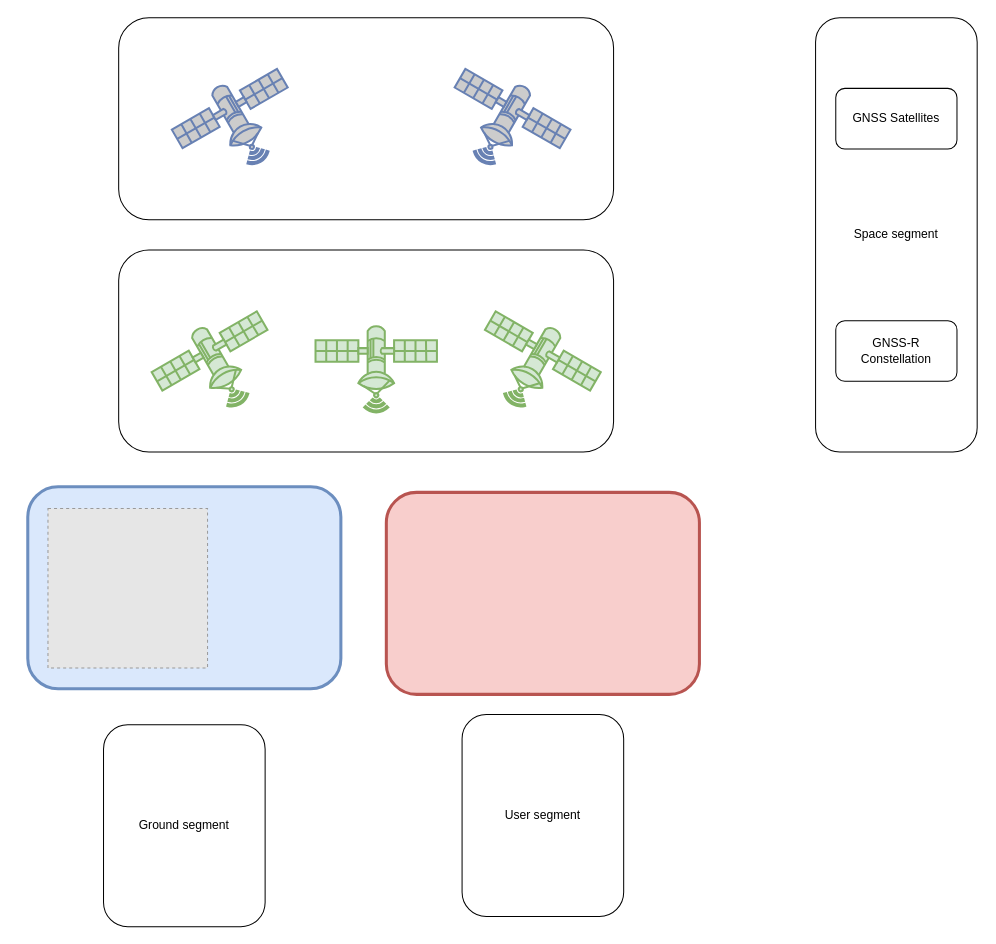
Earlier version of the draw.io diagram Sat1.drawio (javijnb/LPRO_diagrams). Source tidied: cells renumbered, new cells numbered last; positions are measured from the earlier drawing's top-left corner, leaving out a move shared by most shapes. Both pictures are drawn from the tidied source at 101%, with x=0, y=0 at pixel (27, 17). Pictures stored in the file or linked from it are replaced by grey dashed boxes.
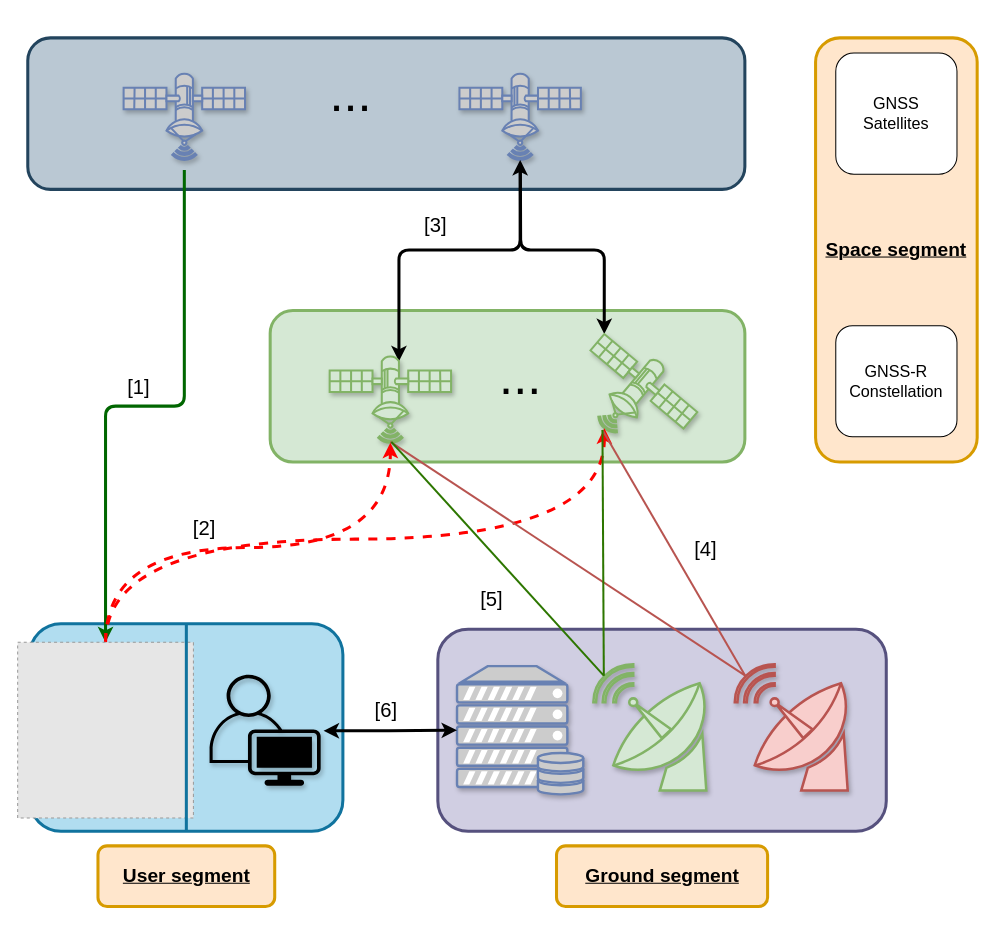
The same diagram, later.

What changed in the source:
```diff
@@
+    <mxCell id="16" style="rounded=1;whiteSpace=wrap;html=1;fillColor=#d0cee2;strokeColor=#56517e;strokeWidth=3;" parent="1" vertex="1">
+      <mxGeometry x="406" y="605.5" width="444" height="200" as="geometry" />
+    </mxCell>
-    <mxCell id="2" value="Space segment" style="rounded=1;whiteSpace=wrap;html=1;" parent="1" vertex="1">
-      <mxGeometry x="780" width="160" height="430" as="geometry" />
+    <mxCell id="2" value="&lt;b&gt;&lt;u&gt;&lt;font style=&quot;font-size: 19px;&quot;&gt;Space segment&lt;/font&gt;&lt;/u&gt;&lt;/b&gt;" style="rounded=1;whiteSpace=wrap;html=1;fillColor=#ffe6cc;strokeColor=#d79b00;strokeWidth=3;" parent="1" vertex="1">
+      <mxGeometry x="780" y="20" width="160" height="420" as="geometry" />
     </mxCell>
-    <mxCell id="3" style="rounded=1;whiteSpace=wrap;html=1;" parent="1" vertex="1">
-      <mxGeometry x="90" y="230" width="490" height="200" as="geometry" />
+    <mxCell id="3" style="rounded=1;whiteSpace=wrap;html=1;fillColor=#d5e8d4;strokeColor=#82b366;strokeWidth=3;" parent="1" vertex="1">
+      <mxGeometry x="240" y="290" width="470" height="150" as="geometry" />
     </mxCell>
-    <mxCell id="4" style="rounded=1;whiteSpace=wrap;html=1;" parent="1" vertex="1">
-      <mxGeometry x="90" width="490" height="200" as="geometry" />
+    <mxCell id="4" style="rounded=1;whiteSpace=wrap;html=1;fillColor=#bac8d3;strokeColor=#23445d;strokeWidth=3;" parent="1" vertex="1">
+      <mxGeometry y="20" width="710" height="150" as="geometry" />
     </mxCell>
-    <mxCell id="5" style="rounded=1;whiteSpace=wrap;html=1;fillColor=#dae8fc;strokeColor=#6c8ebf;strokeWidth=3;" parent="1" vertex="1">
-      <mxGeometry y="464.5" width="310" height="200" as="geometry" />
+    <mxCell id="5" style="rounded=1;whiteSpace=wrap;html=1;fillColor=#b1ddf0;strokeColor=#10739e;strokeWidth=3;" parent="1" vertex="1">
+      <mxGeometry x="2" y="600" width="310" height="205.5" as="geometry" />
     </mxCell>
-    <mxCell id="6" style="fontColor=#0066CC;verticalAlign=top;verticalLabelPosition=bottom;labelPosition=center;align=center;html=1;outlineConnect=0;fillColor=#CCCCCC;strokeColor=#6881B3;gradientColor=none;gradientDirection=north;strokeWidth=2;shape=mxgraph.networks.satellite;rotation=-15;" parent="1" vertex="1">
-      <mxGeometry x="430" y="40" width="100" height="100" as="geometry" />
+    <mxCell id="6" style="fontColor=#0066CC;verticalAlign=top;verticalLabelPosition=bottom;labelPosition=center;align=center;html=1;outlineConnect=0;fillColor=#CCCCCC;strokeColor=#6881B3;gradientColor=none;gradientDirection=north;strokeWidth=2;shape=mxgraph.networks.satellite;rotation=-45;shadow=1;" parent="1" vertex="1">
+      <mxGeometry x="437.5" y="30" width="100" height="100" as="geometry" />
     </mxCell>
+    <mxCell id="18" style="edgeStyle=orthogonalEdgeStyle;rounded=1;jettySize=auto;html=1;strokeWidth=3;fillColor=#d5e8d4;strokeColor=#006600;" parent="1" edge="1" source="7" target="11">
+      <mxGeometry relative="1" as="geometry" />
+    </mxCell>
-    <mxCell id="7" style="fontColor=#0066CC;verticalAlign=top;verticalLabelPosition=bottom;labelPosition=center;align=center;html=1;outlineConnect=0;fillColor=#CCCCCC;strokeColor=#6881B3;gradientColor=none;gradientDirection=north;strokeWidth=2;shape=mxgraph.networks.satellite;flipH=1;rotation=15;" parent="1" vertex="1">
-      <mxGeometry x="150" y="40" width="100" height="100" as="geometry" />
+    <mxCell id="7" style="fontColor=#0066CC;verticalAlign=top;verticalLabelPosition=bottom;labelPosition=center;align=center;html=1;outlineConnect=0;fillColor=#CCCCCC;strokeColor=#6881B3;gradientColor=none;gradientDirection=north;strokeWidth=2;shape=mxgraph.networks.satellite;flipH=1;rotation=45;shadow=1;" parent="1" vertex="1">
+      <mxGeometry x="105" y="30" width="100" height="100" as="geometry" />
     </mxCell>
+    <mxCell id="19" style="edgeStyle=orthogonalEdgeStyle;jettySize=auto;html=1;exitX=0.7;exitY=0.42;exitDx=0;exitDy=0;exitPerimeter=0;entryX=0.07;entryY=0.93;entryDx=0;entryDy=0;entryPerimeter=0;strokeWidth=3;startArrow=classic;startFill=1;rounded=1;" parent="1" edge="1" source="8" target="6">
+      <mxGeometry relative="1" as="geometry">
+        <Array as="points">
+          <mxPoint x="368" y="230" />
+          <mxPoint x="488" y="230" />
+        </Array>
+      </mxGeometry>
+    </mxCell>
-    <mxCell id="8" style="verticalAlign=top;verticalLabelPosition=bottom;labelPosition=center;align=center;html=1;outlineConnect=0;fillColor=#d5e8d4;strokeColor=#82b366;gradientDirection=north;strokeWidth=2;shape=mxgraph.networks.satellite;rotation=-45;" parent="1" vertex="1">
-      <mxGeometry x="295" y="280" width="100" height="100" as="geometry" />
+    <mxCell id="8" style="verticalAlign=top;verticalLabelPosition=bottom;labelPosition=center;align=center;html=1;outlineConnect=0;fillColor=#d5e8d4;strokeColor=#82b366;gradientDirection=north;strokeWidth=2;shape=mxgraph.networks.satellite;rotation=-45;shadow=1;" parent="1" vertex="1">
+      <mxGeometry x="309" y="310" width="100" height="100" as="geometry" />
     </mxCell>
-    <mxCell id="9" style="verticalAlign=top;verticalLabelPosition=bottom;labelPosition=center;align=center;html=1;fillColor=#d5e8d4;strokeColor=#82b366;gradientDirection=north;strokeWidth=2;shape=mxgraph.networks.satellite;rotation=-75;" parent="1" vertex="1">
-      <mxGeometry x="130" y="280" width="100" height="100" as="geometry" />
-    </mxCell>
+    <mxCell id="20" style="edgeStyle=orthogonalEdgeStyle;jettySize=auto;html=1;exitX=0.15;exitY=0;exitDx=0;exitDy=0;exitPerimeter=0;strokeWidth=3;endArrow=none;endFill=0;startArrow=classic;startFill=1;rounded=1;" parent="1" edge="1" source="10" target="6">
+      <mxGeometry relative="1" as="geometry">
+        <Array as="points">
+          <mxPoint x="571" y="230" />
+          <mxPoint x="488" y="230" />
+        </Array>
+      </mxGeometry>
+    </mxCell>
-    <mxCell id="10" style="verticalAlign=top;verticalLabelPosition=bottom;labelPosition=center;align=center;html=1;outlineConnect=0;fillColor=#d5e8d4;strokeColor=#82b366;gradientDirection=north;strokeWidth=2;shape=mxgraph.networks.satellite;rotation=-15;" parent="1" vertex="1">
-      <mxGeometry x="460" y="280" width="100" height="100" as="geometry" />
+    <mxCell id="10" style="verticalAlign=top;verticalLabelPosition=bottom;labelPosition=center;align=center;html=1;outlineConnect=0;fillColor=#d5e8d4;strokeColor=#82b366;gradientDirection=north;strokeWidth=2;shape=mxgraph.networks.satellite;rotation=-5;gradientColor=none;shadow=1;" parent="1" vertex="1">
+      <mxGeometry x="560" y="310" width="100" height="100" as="geometry" />
     </mxCell>
+    <mxCell id="21" style="edgeStyle=orthogonalEdgeStyle;jettySize=auto;html=1;exitX=0.5;exitY=0;exitDx=0;exitDy=0;entryX=0.07;entryY=0.93;entryDx=0;entryDy=0;entryPerimeter=0;fillColor=#f8cecc;strokeColor=#FF0000;strokeWidth=3;curved=1;dashed=1;" parent="1" edge="1" source="11" target="8">
+      <mxGeometry relative="1" as="geometry" />
+    </mxCell>
+    <mxCell id="22" style="edgeStyle=orthogonalEdgeStyle;jettySize=auto;html=1;exitX=0.5;exitY=0;exitDx=0;exitDy=0;entryX=0.07;entryY=0.93;entryDx=0;entryDy=0;entryPerimeter=0;curved=1;strokeWidth=3;strokeColor=#FF0000;dashed=1;" parent="1" edge="1" source="11" target="10">
+      <mxGeometry relative="1" as="geometry" />
+    </mxCell>
     <mxCell id="11" style="fillColor=#E6E6E6;strokeColor=#999999;dashed=1;html=1;verticalAlign=top;verticalLabelPosition=bottom;labelBackgroundColor=#ffffff;" parent="1" vertex="1">
-      <mxGeometry x="20" y="486" width="158" height="158" as="geometry" />
+      <mxGeometry x="-10" y="618.5" width="174" height="174" as="geometry" />
     </mxCell>
-    <mxCell id="12" value="GNSS Satellites" style="rounded=1;whiteSpace=wrap;html=1;" parent="1" vertex="1">
-      <mxGeometry x="800" y="70" width="120" height="60" as="geometry" />
+    <mxCell id="12" value="&lt;font style=&quot;font-size: 16px;&quot;&gt;GNSS &lt;br&gt;Satellites&lt;/font&gt;" style="rounded=1;whiteSpace=wrap;html=1;" parent="1" vertex="1">
+      <mxGeometry x="800" y="35" width="120" height="120" as="geometry" />
     </mxCell>
-    <mxCell id="13" value="GNSS-R Constellation" style="rounded=1;whiteSpace=wrap;html=1;" parent="1" vertex="1">
-      <mxGeometry x="800" y="300" width="120" height="60" as="geometry" />
+    <mxCell id="13" value="&lt;font style=&quot;font-size: 16px;&quot;&gt;GNSS-R Constellation&lt;/font&gt;" style="rounded=1;whiteSpace=wrap;html=1;" parent="1" vertex="1">
+      <mxGeometry x="800" y="305" width="120" height="110" as="geometry" />
     </mxCell>
+    <mxCell id="23" style="verticalAlign=top;verticalLabelPosition=bottom;labelPosition=center;align=center;html=1;outlineConnect=0;fillColor=#d5e8d4;strokeColor=#82b366;gradientDirection=north;strokeWidth=2;shape=mxgraph.networks.satellite_dish;flipV=0;flipH=1;shadow=1;" parent="1" vertex="1">
+      <mxGeometry x="560" y="640.2" width="115" height="125" as="geometry" />
+    </mxCell>
+    <mxCell id="24" style="fontColor=#0066CC;verticalAlign=top;verticalLabelPosition=bottom;labelPosition=center;align=center;html=1;outlineConnect=0;fillColor=#CCCCCC;strokeColor=#6881B3;gradientColor=none;gradientDirection=north;strokeWidth=2;shape=mxgraph.networks.server_storage;shadow=1;" parent="1" vertex="1">
+      <mxGeometry x="425" y="642" width="125" height="127" as="geometry" />
+    </mxCell>
-    <mxCell id="14" value="User segment" style="rounded=1;whiteSpace=wrap;html=1;" parent="1" vertex="1">
-      <mxGeometry x="430" y="690" width="160" height="200" as="geometry" />
+    <mxCell id="14" value="&lt;font style=&quot;font-size: 19px;&quot;&gt;&lt;u&gt;&lt;b&gt;User segment&lt;/b&gt;&lt;/u&gt;&lt;/font&gt;" style="rounded=1;whiteSpace=wrap;html=1;fillColor=#ffe6cc;strokeColor=#d79b00;strokeWidth=3;" parent="1" vertex="1">
+      <mxGeometry x="69.5" y="820" width="175" height="60" as="geometry" />
     </mxCell>
-    <mxCell id="15" style="edgeStyle=orthogonalEdgeStyle;rounded=0;orthogonalLoop=1;jettySize=auto;html=1;exitX=0.5;exitY=1;exitDx=0;exitDy=0;" parent="1" edge="1" source="14" target="14">
-      <mxGeometry relative="1" as="geometry" />
-    </mxCell>
-    <mxCell id="16" style="rounded=1;whiteSpace=wrap;html=1;fillColor=#f8cecc;strokeColor=#b85450;strokeWidth=3;" parent="1" vertex="1">
-      <mxGeometry x="355" y="470" width="310" height="200" as="geometry" />
-    </mxCell>
-    <mxCell id="17" value="Ground segment" style="rounded=1;whiteSpace=wrap;html=1;" parent="1" vertex="1">
-      <mxGeometry x="75" y="700" width="160" height="200" as="geometry" />
+    <mxCell id="17" value="&lt;font style=&quot;font-size: 19px;&quot;&gt;&lt;b&gt;&lt;u&gt;Ground segment&lt;/u&gt;&lt;/b&gt;&lt;/font&gt;" style="rounded=1;whiteSpace=wrap;html=1;fillColor=#ffe6cc;strokeColor=#d79b00;strokeWidth=3;" parent="1" vertex="1">
+      <mxGeometry x="523.5" y="820" width="209" height="60" as="geometry" />
     </mxCell>
+    <mxCell id="25" style="edgeStyle=orthogonalEdgeStyle;rounded=0;jettySize=auto;html=1;exitX=1.026;exitY=0.505;exitDx=0;exitDy=0;exitPerimeter=0;strokeWidth=3;startArrow=classic;startFill=1;" parent="1" edge="1" source="26" target="24">
+      <mxGeometry relative="1" as="geometry" />
+    </mxCell>
+    <mxCell id="26" style="points=[[0.35,0,0],[0.98,0.51,0],[1,0.71,0],[0.67,1,0],[0,0.795,0],[0,0.65,0]];verticalLabelPosition=bottom;sketch=0;html=1;verticalAlign=top;align=center;shape=mxgraph.cisco19.user;fillColor=#000000;strokeColor=#36393d;shadow=1;" parent="1" vertex="1">
+      <mxGeometry x="180" y="650.5" width="110" height="110" as="geometry" />
+    </mxCell>
+    <mxCell id="27" value="&lt;font style=&quot;font-size: 50px;&quot;&gt;...&lt;/font&gt;" style="text;html=1;strokeColor=none;fillColor=none;align=center;verticalAlign=middle;whiteSpace=wrap;rounded=0;" parent="1" vertex="1">
+      <mxGeometry x="457.5" y="340" width="60" height="30" as="geometry" />
+    </mxCell>
+    <mxCell id="28" value="&lt;font style=&quot;font-size: 50px;&quot;&gt;...&lt;/font&gt;" style="text;html=1;strokeColor=none;fillColor=none;align=center;verticalAlign=middle;whiteSpace=wrap;rounded=0;" parent="1" vertex="1">
+      <mxGeometry x="290" y="60" width="60" height="30" as="geometry" />
+    </mxCell>
+    <mxCell id="29" style="edgeStyle=orthogonalEdgeStyle;rounded=0;orthogonalLoop=1;jettySize=auto;html=1;exitX=0.5;exitY=0;exitDx=0;exitDy=0;entryX=0.5;entryY=1;entryDx=0;entryDy=0;endArrow=none;endFill=0;strokeWidth=3;fillColor=#b1ddf0;strokeColor=#10739e;" parent="1" edge="1" source="5" target="5">
+      <mxGeometry relative="1" as="geometry">
+        <Array as="points">
+          <mxPoint x="157" y="720" />
+          <mxPoint x="157" y="720" />
+        </Array>
+      </mxGeometry>
+    </mxCell>
+    <mxCell id="30" value="&lt;font style=&quot;font-size: 20px;&quot;&gt;[1]&lt;/font&gt;" style="text;html=1;strokeColor=none;fillColor=none;align=center;verticalAlign=middle;whiteSpace=wrap;rounded=0;" parent="1" vertex="1">
+      <mxGeometry x="80" y="350" width="60" height="30" as="geometry" />
+    </mxCell>
+    <mxCell id="31" value="&lt;font style=&quot;font-size: 20px;&quot;&gt;[2]&lt;/font&gt;" style="text;html=1;strokeColor=none;fillColor=none;align=center;verticalAlign=middle;whiteSpace=wrap;rounded=0;" parent="1" vertex="1">
+      <mxGeometry x="145" y="490" width="60" height="30" as="geometry" />
+    </mxCell>
+    <mxCell id="32" value="&lt;font style=&quot;font-size: 20px;&quot;&gt;[3]&lt;/font&gt;" style="text;html=1;strokeColor=none;fillColor=none;align=center;verticalAlign=middle;whiteSpace=wrap;rounded=0;" parent="1" vertex="1">
+      <mxGeometry x="374" y="190" width="60" height="30" as="geometry" />
+    </mxCell>
+    <mxCell id="33" value="&lt;font style=&quot;font-size: 20px;&quot;&gt;[4]&lt;/font&gt;" style="text;html=1;strokeColor=none;fillColor=none;align=center;verticalAlign=middle;whiteSpace=wrap;rounded=0;" parent="1" vertex="1">
+      <mxGeometry x="650" y="510" width="42.5" height="30" as="geometry" />
+    </mxCell>
+    <mxCell id="34" value="&lt;font style=&quot;font-size: 20px;&quot;&gt;[6]&lt;/font&gt;" style="text;html=1;strokeColor=none;fillColor=none;align=center;verticalAlign=middle;whiteSpace=wrap;rounded=0;" parent="1" vertex="1">
+      <mxGeometry x="325" y="670" width="60" height="30" as="geometry" />
+    </mxCell>
+    <mxCell id="35" style="verticalAlign=top;verticalLabelPosition=bottom;labelPosition=center;align=center;html=1;outlineConnect=0;fillColor=#f8cecc;strokeColor=#b85450;gradientDirection=north;strokeWidth=2;shape=mxgraph.networks.satellite_dish;flipV=0;flipH=1;shadow=1;" parent="1" vertex="1">
+      <mxGeometry x="700" y="640.2" width="115" height="125" as="geometry" />
+    </mxCell>
+    <mxCell id="36" style="endArrow=none;html=1;rounded=0;entryX=0.91;entryY=0.09;entryDx=0;entryDy=0;entryPerimeter=0;fillColor=#f8cecc;strokeColor=#b85450;strokeWidth=2;" parent="1" edge="1" target="35">
+      <mxGeometry relative="1" as="geometry">
+        <mxPoint x="359" y="420" as="sourcePoint" />
+      </mxGeometry>
+    </mxCell>
+    <mxCell id="37" style="endArrow=none;html=1;rounded=0;entryX=0.91;entryY=0.09;entryDx=0;entryDy=0;entryPerimeter=0;strokeWidth=2;fillColor=#f8cecc;strokeColor=#b85450;" parent="1" edge="1" target="35">
+      <mxGeometry relative="1" as="geometry">
+        <mxPoint x="569" y="408.2" as="sourcePoint" />
+      </mxGeometry>
+    </mxCell>
+    <mxCell id="38" style="endArrow=none;html=1;rounded=0;entryX=0.91;entryY=0.09;entryDx=0;entryDy=0;entryPerimeter=0;strokeWidth=2;fillColor=#60a917;strokeColor=#2D7600;" parent="1" edge="1" target="23">
+      <mxGeometry relative="1" as="geometry">
+        <mxPoint x="360" y="420" as="sourcePoint" />
+      </mxGeometry>
+    </mxCell>
+    <mxCell id="39" style="endArrow=none;html=1;rounded=0;entryX=0.91;entryY=0.09;entryDx=0;entryDy=0;entryPerimeter=0;strokeWidth=2;fillColor=#60a917;strokeColor=#2D7600;" parent="1" edge="1" target="23">
+      <mxGeometry relative="1" as="geometry">
+        <mxPoint x="569" y="408.2" as="sourcePoint" />
+      </mxGeometry>
+    </mxCell>
+    <mxCell id="40" value="&lt;font style=&quot;font-size: 20px;&quot;&gt;[5]&lt;/font&gt;" style="text;html=1;strokeColor=none;fillColor=none;align=center;verticalAlign=middle;whiteSpace=wrap;rounded=0;" parent="1" vertex="1">
+      <mxGeometry x="437.5" y="560" width="42.5" height="30" as="geometry" />
+    </mxCell>
```
